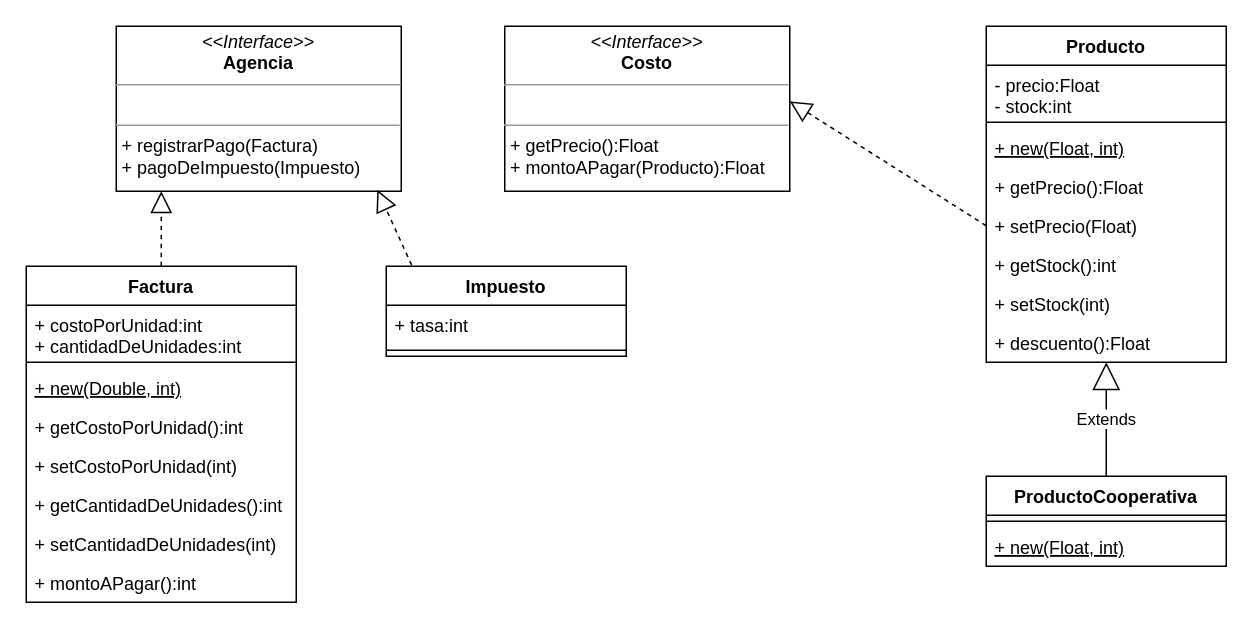
The draw.io diagram unq-po2-tp5-mercadoCentral.drawio in nhubczyk/Diagramas-UML, before the edit. Source tidied: cells renumbered, new cells numbered last; positions are measured from the earlier drawing's top-left corner, leaving out a move shared by most shapes. Both pictures are drawn from the tidied source at 150%, with x=0, y=0 at pixel (26, 26).
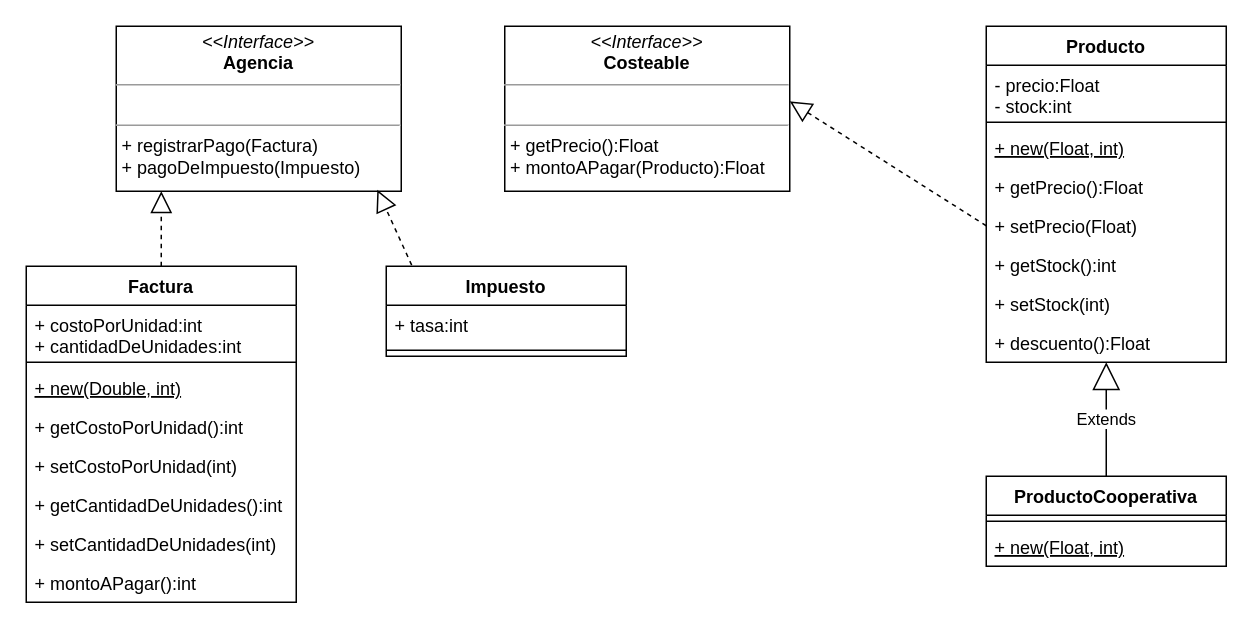
Above is the later version.

The edit, as a diff of the source:
```diff
@@
-    <mxCell id="2" value="&lt;p style=&quot;margin:0px;margin-top:4px;text-align:center;&quot;&gt;&lt;i&gt;&amp;lt;&amp;lt;Interface&amp;gt;&amp;gt;&lt;/i&gt;&lt;br&gt;&lt;b&gt;Costo&lt;/b&gt;&lt;/p&gt;&lt;hr size=&quot;1&quot;&gt;&lt;p style=&quot;margin:0px;margin-left:4px;&quot;&gt;&lt;br&gt;&lt;/p&gt;&lt;hr size=&quot;1&quot;&gt;&lt;p style=&quot;margin:0px;margin-left:4px;&quot;&gt;+ getPrecio():Float&lt;/p&gt;&lt;p style=&quot;margin:0px;margin-left:4px;&quot;&gt;+ montoAPagar(Producto):Float&lt;/p&gt;&lt;p style=&quot;margin:0px;margin-left:4px;&quot;&gt;&lt;br&gt;&lt;/p&gt;&lt;p style=&quot;margin:0px;margin-left:4px;&quot;&gt;&lt;br&gt;&lt;/p&gt;&lt;p style=&quot;margin:0px;margin-left:4px;&quot;&gt;&lt;br&gt;&lt;/p&gt;" style="verticalAlign=top;align=left;overflow=fill;fontSize=12;fontFamily=Helvetica;html=1;" parent="1" vertex="1">
+    <mxCell id="2" value="&lt;p style=&quot;margin:0px;margin-top:4px;text-align:center;&quot;&gt;&lt;i&gt;&amp;lt;&amp;lt;Interface&amp;gt;&amp;gt;&lt;/i&gt;&lt;br&gt;&lt;b&gt;Costeable&lt;/b&gt;&lt;/p&gt;&lt;hr size=&quot;1&quot;&gt;&lt;p style=&quot;margin:0px;margin-left:4px;&quot;&gt;&lt;br&gt;&lt;/p&gt;&lt;hr size=&quot;1&quot;&gt;&lt;p style=&quot;margin:0px;margin-left:4px;&quot;&gt;+ getPrecio():Float&lt;/p&gt;&lt;p style=&quot;margin:0px;margin-left:4px;&quot;&gt;+ montoAPagar(Producto):Float&lt;/p&gt;&lt;p style=&quot;margin:0px;margin-left:4px;&quot;&gt;&lt;br&gt;&lt;/p&gt;&lt;p style=&quot;margin:0px;margin-left:4px;&quot;&gt;&lt;br&gt;&lt;/p&gt;&lt;p style=&quot;margin:0px;margin-left:4px;&quot;&gt;&lt;br&gt;&lt;/p&gt;" style="verticalAlign=top;align=left;overflow=fill;fontSize=12;fontFamily=Helvetica;html=1;" parent="1" vertex="1">
       <mxGeometry x="319" width="190" height="110" as="geometry" />
     </mxCell>
```
